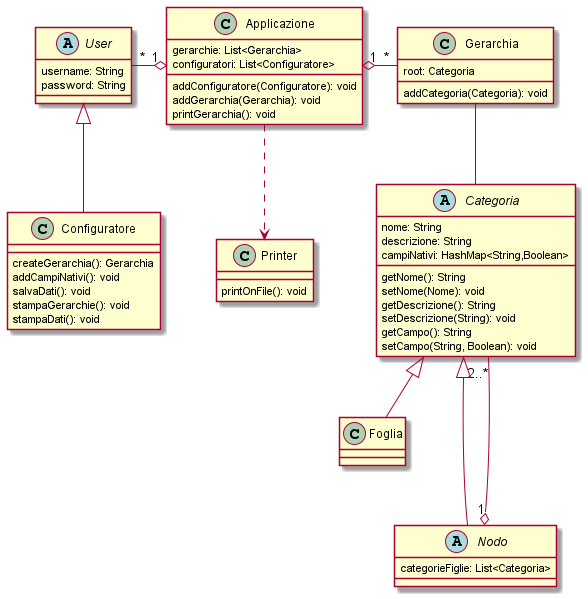
Before: doc/uml/version1/png/Class diagram-Version1.0.png, a diagram exported from PlantUML (eletoo/inge_del_software).
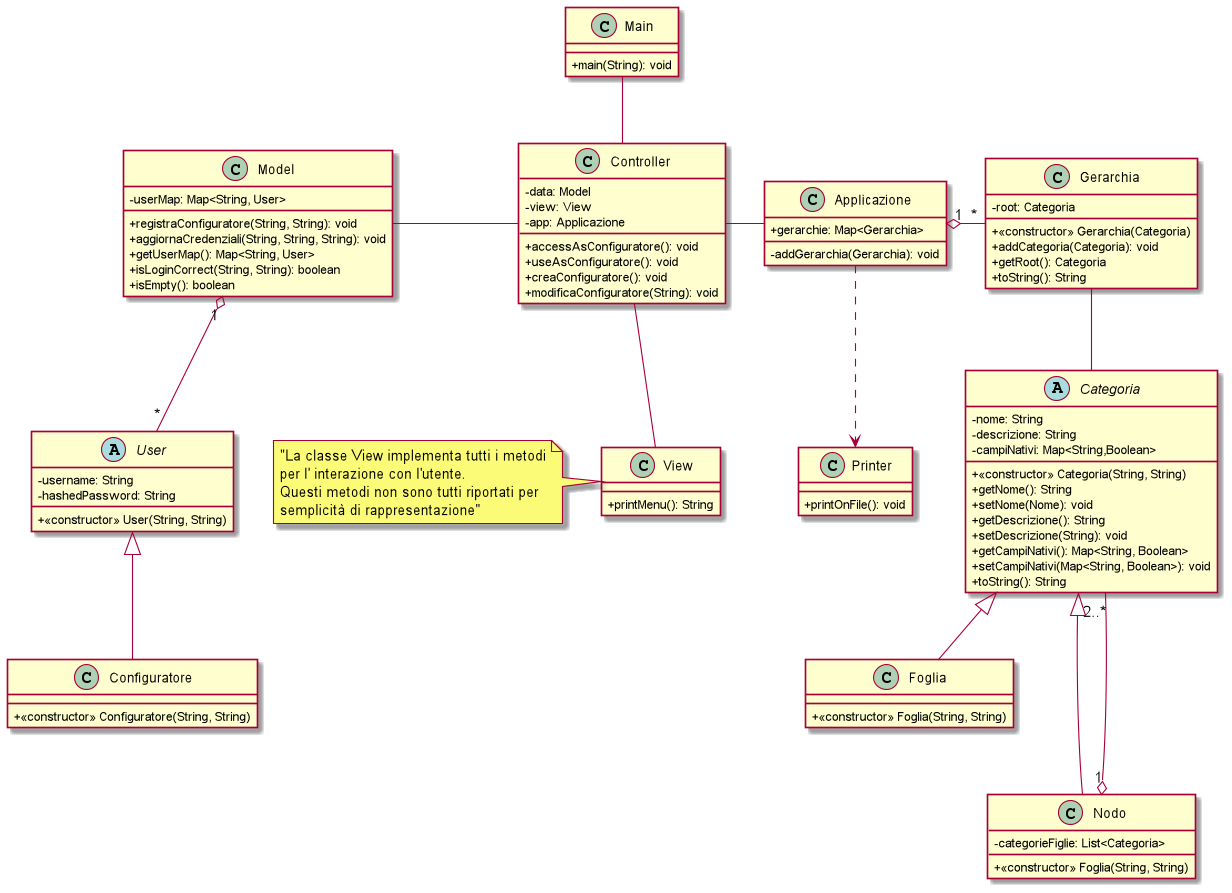
Later version of the same file.

What changed in the source:
```diff
@@ -1,54 +1,85 @@
 @startuml
+skinparam ClassAttributeIconSize 0
 
 class Applicazione{
-gerarchie: List<Gerarchia>
-configuratori: List<Configuratore>
-addConfiguratore(Configuratore): void
-addGerarchia(Gerarchia): void
-printGerarchia(): void
++ gerarchie: Map<Gerarchia>
+- addGerarchia(Gerarchia): void
 }
 
 abstract class User{
-username: String
-password: String
+- username: String
+- hashedPassword: String
++ <<constructor>> User(String, String)
 }
 
 class Configuratore{
-createGerarchia(): Gerarchia
-addCampiNativi(): void
-salvaDati(): void
-stampaGerarchie(): void
-stampaDati(): void
++ <<constructor>> Configuratore(String, String)
 }
 
 class Printer{
-printOnFile(): void
++ printOnFile(): void
 }
 
 class Gerarchia{
-root: Categoria
-addCategoria(Categoria): void
+- root: Categoria
++ <<constructor>> Gerarchia(Categoria)
++ addCategoria(Categoria): void
++ getRoot(): Categoria
++ toString(): String
 }
 
 abstract class Categoria{
-nome: String
-descrizione: String
-campiNativi: HashMap<String,Boolean>
-getNome(): String
-setNome(Nome): void
-getDescrizione(): String
-setDescrizione(String): void
-getCampo(): String
-setCampo(String, Boolean): void
+- nome: String
+- descrizione: String
+- campiNativi: Map<String,Boolean>
++ <<constructor>> Categoria(String, String)
++ getNome(): String
++ setNome(Nome): void
++ getDescrizione(): String
++ setDescrizione(String): void
++ getCampiNativi(): Map<String, Boolean>
++ setCampiNativi(Map<String, Boolean>): void
++ toString(): String
 }
 
-class Foglia
-
-abstract class Nodo{
-categorieFiglie: List<Categoria>
+class Foglia{
++ <<constructor>> Foglia(String, String)
 }
 
-Applicazione "1" o-left- "*" User
+class Nodo{
+- categorieFiglie: List<Categoria>
++ <<constructor>> Foglia(String, String)
+}
+
+class View{
++ printMenu(): String
+}
+note left: "La classe View implementa tutti i metodi\nper l' interazione con l'utente.\nQuesti metodi non sono tutti riportati per \nsemplicità di rappresentazione"
+
+
+class Model{
+- userMap: Map<String, User>
++ registraConfiguratore(String, String): void
++ aggiornaCredenziali(String, String, String): void
++ getUserMap(): Map<String, User>
++ isLoginCorrect(String, String): boolean
++ isEmpty(): boolean
+}
+
+class Controller{
+- data: Model
+- view: View
+- app: Applicazione
++ accessAsConfiguratore(): void
++ useAsConfiguratore(): void
++ creaConfiguratore(): void
++ modificaConfiguratore(String): void
+}
+
+class Main{
++ main(String): void
+}
+
 User <|-down- Configuratore
 Printer <.up. Applicazione
 Gerarchia "*" -left-o "1" Applicazione
@@ -56,5 +87,10 @@
 Foglia -up-|> Categoria
 Nodo "1" o-down-- "2..*" Categoria
 Nodo -up-|> Categoria
+Model "1" o-- "*" User
+Controller -left- Model
+Controller -right- Applicazione
+Controller -down- View
+Main -- Controller
 
 @enduml
```
